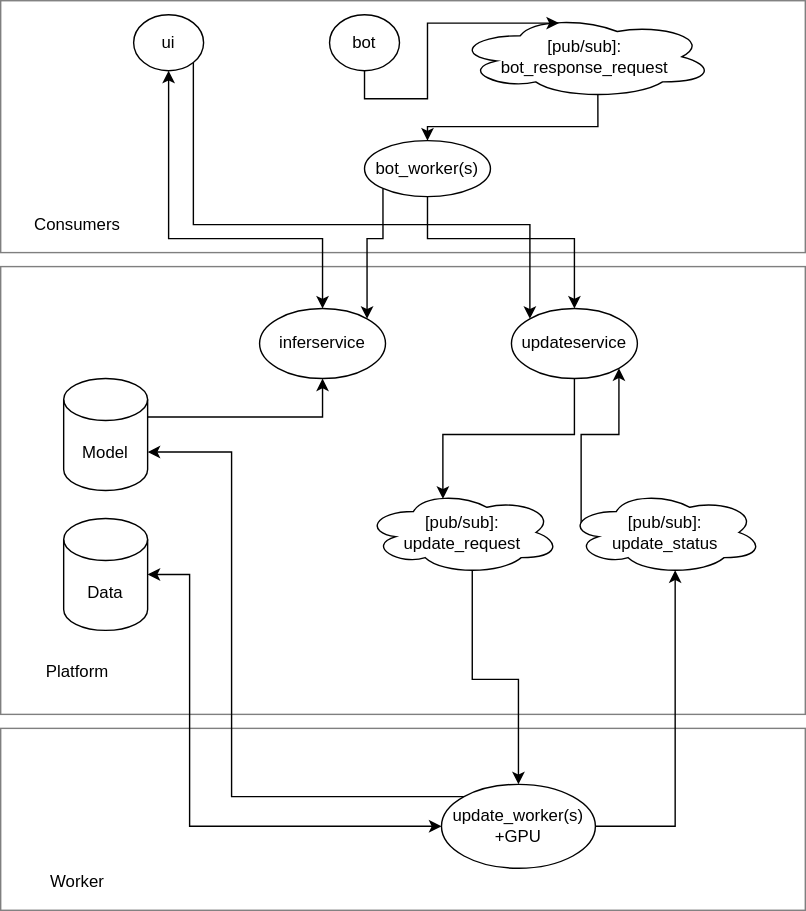
tianle91/astroturf keeps this draw.io diagram as Architecture.svg. Above is the earlier version. Source tidied: cells renumbered, new cells last; positions are measured from the earlier drawing's top-left corner, leaving out a move shared by most shapes.
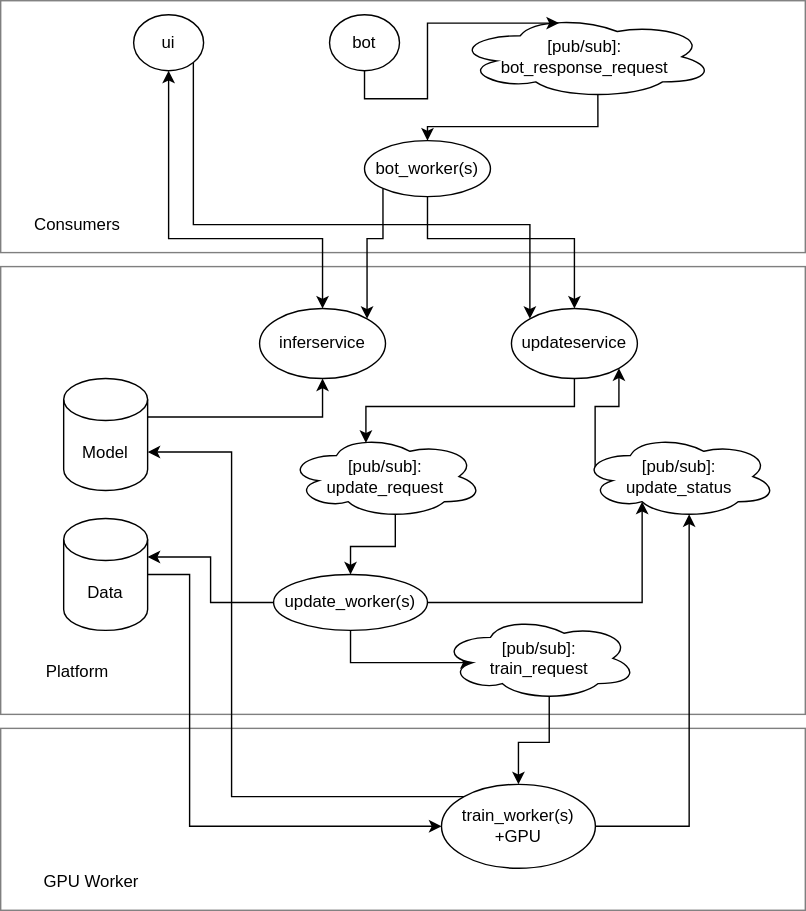
The same file after the commit.

The edit, as a diff of the source:
```diff
@@ -11,7 +11,7 @@
     <mxCell id="4" style="rounded=0;whiteSpace=wrap;html=1;sketch=0;opacity=50;" parent="1" vertex="1">
       <mxGeometry width="575" height="180" as="geometry" />
     </mxCell>
-    <mxCell id="5" style="edgeStyle=orthogonalEdgeStyle;rounded=0;jettySize=auto;html=1;exitX=1;exitY=0.5;exitDx=0;exitDy=0;exitPerimeter=0;entryX=0;entryY=0.5;entryDx=0;entryDy=0;startArrow=classic;startFill=1;" parent="1" edge="1" source="6" target="17">
+    <mxCell id="5" style="edgeStyle=orthogonalEdgeStyle;rounded=0;jettySize=auto;html=1;exitX=1;exitY=0.5;exitDx=0;exitDy=0;exitPerimeter=0;entryX=0;entryY=0.5;entryDx=0;entryDy=0;startArrow=none;startFill=0;" parent="1" edge="1" source="6" target="17">
       <mxGeometry relative="1" as="geometry">
         <Array as="points">
           <mxPoint x="135" y="410" />
@@ -28,11 +28,11 @@
     <mxCell id="8" value="Model" style="shape=cylinder3;whiteSpace=wrap;html=1;boundedLbl=1;backgroundOutline=1;size=15;" parent="1" vertex="1">
       <mxGeometry x="45" y="270" width="60" height="80" as="geometry" />
     </mxCell>
-    <mxCell id="9" style="edgeStyle=orthogonalEdgeStyle;rounded=0;jettySize=auto;html=1;exitX=0.55;exitY=0.95;exitDx=0;exitDy=0;exitPerimeter=0;entryX=0.5;entryY=0;entryDx=0;entryDy=0;startArrow=none;startFill=0;" parent="1" edge="1" source="10" target="17">
-      <mxGeometry relative="1" as="geometry" />
-    </mxCell>
+    <mxCell id="32" style="edgeStyle=orthogonalEdgeStyle;rounded=0;jettySize=auto;html=1;exitX=0.55;exitY=0.95;exitDx=0;exitDy=0;exitPerimeter=0;entryX=0.5;entryY=0;entryDx=0;entryDy=0;" parent="1" edge="1" source="10" target="36">
+      <mxGeometry relative="1" as="geometry" />
+    </mxCell>
     <mxCell id="10" value="[pub/sub]: &lt;br&gt;update_request" style="ellipse;shape=cloud;whiteSpace=wrap;html=1;" parent="1" vertex="1">
-      <mxGeometry x="260" y="350" width="140" height="60" as="geometry" />
+      <mxGeometry x="205" y="310" width="140" height="60" as="geometry" />
     </mxCell>
     <mxCell id="11" style="edgeStyle=orthogonalEdgeStyle;rounded=0;jettySize=auto;html=1;exitX=0.5;exitY=1;exitDx=0;exitDy=0;entryX=0.5;entryY=0;entryDx=0;entryDy=0;startArrow=classic;startFill=1;" parent="1" edge="1" source="13" target="14">
       <mxGeometry relative="1" as="geometry">
@@ -67,7 +67,7 @@
     <mxCell id="16" style="edgeStyle=orthogonalEdgeStyle;rounded=0;jettySize=auto;html=1;exitX=1;exitY=0.5;exitDx=0;exitDy=0;entryX=0.55;entryY=0.95;entryDx=0;entryDy=0;entryPerimeter=0;startArrow=none;startFill=0;" parent="1" edge="1" source="17" target="21">
       <mxGeometry relative="1" as="geometry" />
     </mxCell>
-    <mxCell id="17" value="update_worker(s)&lt;br&gt;+GPU" style="ellipse;whiteSpace=wrap;html=1;" parent="1" vertex="1">
+    <mxCell id="17" value="train_worker(s)&lt;br&gt;+GPU" style="ellipse;whiteSpace=wrap;html=1;" parent="1" vertex="1">
       <mxGeometry x="315" y="560" width="110" height="60" as="geometry" />
     </mxCell>
     <mxCell id="18" style="edgeStyle=orthogonalEdgeStyle;rounded=0;jettySize=auto;html=1;exitX=0.5;exitY=1;exitDx=0;exitDy=0;entryX=0.4;entryY=0.1;entryDx=0;entryDy=0;entryPerimeter=0;startArrow=none;startFill=0;" parent="1" edge="1" source="19" target="10">
@@ -80,7 +80,7 @@
       <mxGeometry relative="1" as="geometry" />
     </mxCell>
     <mxCell id="21" value="[pub/sub]: &lt;br&gt;update_status" style="ellipse;shape=cloud;whiteSpace=wrap;html=1;" parent="1" vertex="1">
-      <mxGeometry x="405" y="350" width="140" height="60" as="geometry" />
+      <mxGeometry x="415" y="310" width="140" height="60" as="geometry" />
     </mxCell>
     <mxCell id="22" style="edgeStyle=orthogonalEdgeStyle;rounded=0;jettySize=auto;html=1;exitX=0.5;exitY=1;exitDx=0;exitDy=0;entryX=0.5;entryY=0;entryDx=0;entryDy=0;" parent="1" edge="1" source="24" target="19">
       <mxGeometry relative="1" as="geometry">
@@ -107,8 +107,8 @@
     <mxCell id="26" value="Platform" style="text;html=1;strokeColor=none;fillColor=none;align=center;verticalAlign=middle;whiteSpace=wrap;rounded=0;sketch=0;opacity=50;" parent="1" vertex="1">
       <mxGeometry x="15" y="470" width="80" height="20" as="geometry" />
     </mxCell>
-    <mxCell id="27" value="Worker" style="text;html=1;strokeColor=none;fillColor=none;align=center;verticalAlign=middle;whiteSpace=wrap;rounded=0;sketch=0;opacity=50;" parent="1" vertex="1">
-      <mxGeometry x="15" y="620" width="80" height="20" as="geometry" />
+    <mxCell id="27" value="GPU Worker" style="text;html=1;strokeColor=none;fillColor=none;align=center;verticalAlign=middle;whiteSpace=wrap;rounded=0;sketch=0;opacity=50;" parent="1" vertex="1">
+      <mxGeometry x="25" y="620" width="80" height="20" as="geometry" />
     </mxCell>
     <mxCell id="28" style="edgeStyle=orthogonalEdgeStyle;rounded=0;jettySize=auto;html=1;exitX=0.55;exitY=0.95;exitDx=0;exitDy=0;exitPerimeter=0;entryX=0.5;entryY=0;entryDx=0;entryDy=0;" parent="1" edge="1" source="29" target="24">
       <mxGeometry relative="1" as="geometry" />
@@ -122,5 +122,23 @@
     <mxCell id="31" value="bot" style="ellipse;whiteSpace=wrap;html=1;" parent="1" vertex="1">
       <mxGeometry x="235" y="10" width="50" height="40" as="geometry" />
     </mxCell>
+    <mxCell id="33" style="edgeStyle=orthogonalEdgeStyle;rounded=0;jettySize=auto;html=1;exitX=0.5;exitY=1;exitDx=0;exitDy=0;entryX=0.16;entryY=0.55;entryDx=0;entryDy=0;entryPerimeter=0;" parent="1" edge="1" source="36" target="38">
+      <mxGeometry relative="1" as="geometry" />
+    </mxCell>
+    <mxCell id="34" style="edgeStyle=orthogonalEdgeStyle;rounded=0;jettySize=auto;html=1;exitX=1;exitY=0.5;exitDx=0;exitDy=0;entryX=0.31;entryY=0.8;entryDx=0;entryDy=0;entryPerimeter=0;" parent="1" edge="1" source="36" target="21">
+      <mxGeometry relative="1" as="geometry" />
+    </mxCell>
+    <mxCell id="35" style="edgeStyle=orthogonalEdgeStyle;rounded=0;jettySize=auto;html=1;exitX=0;exitY=0.5;exitDx=0;exitDy=0;entryX=1;entryY=0;entryDx=0;entryDy=27.5;entryPerimeter=0;" parent="1" edge="1" source="36" target="6">
+      <mxGeometry relative="1" as="geometry" />
+    </mxCell>
+    <mxCell id="36" value="update_worker(s)" style="ellipse;whiteSpace=wrap;html=1;" parent="1" vertex="1">
+      <mxGeometry x="195" y="410" width="110" height="40" as="geometry" />
+    </mxCell>
+    <mxCell id="37" style="edgeStyle=orthogonalEdgeStyle;rounded=0;jettySize=auto;html=1;exitX=0.55;exitY=0.95;exitDx=0;exitDy=0;exitPerimeter=0;entryX=0.5;entryY=0;entryDx=0;entryDy=0;" parent="1" edge="1" source="38" target="17">
+      <mxGeometry relative="1" as="geometry" />
+    </mxCell>
+    <mxCell id="38" value="[pub/sub]: &lt;br&gt;train_request" style="ellipse;shape=cloud;whiteSpace=wrap;html=1;" parent="1" vertex="1">
+      <mxGeometry x="315" y="440" width="140" height="60" as="geometry" />
+    </mxCell>
   </root>
 </mxGraphModel>
```
